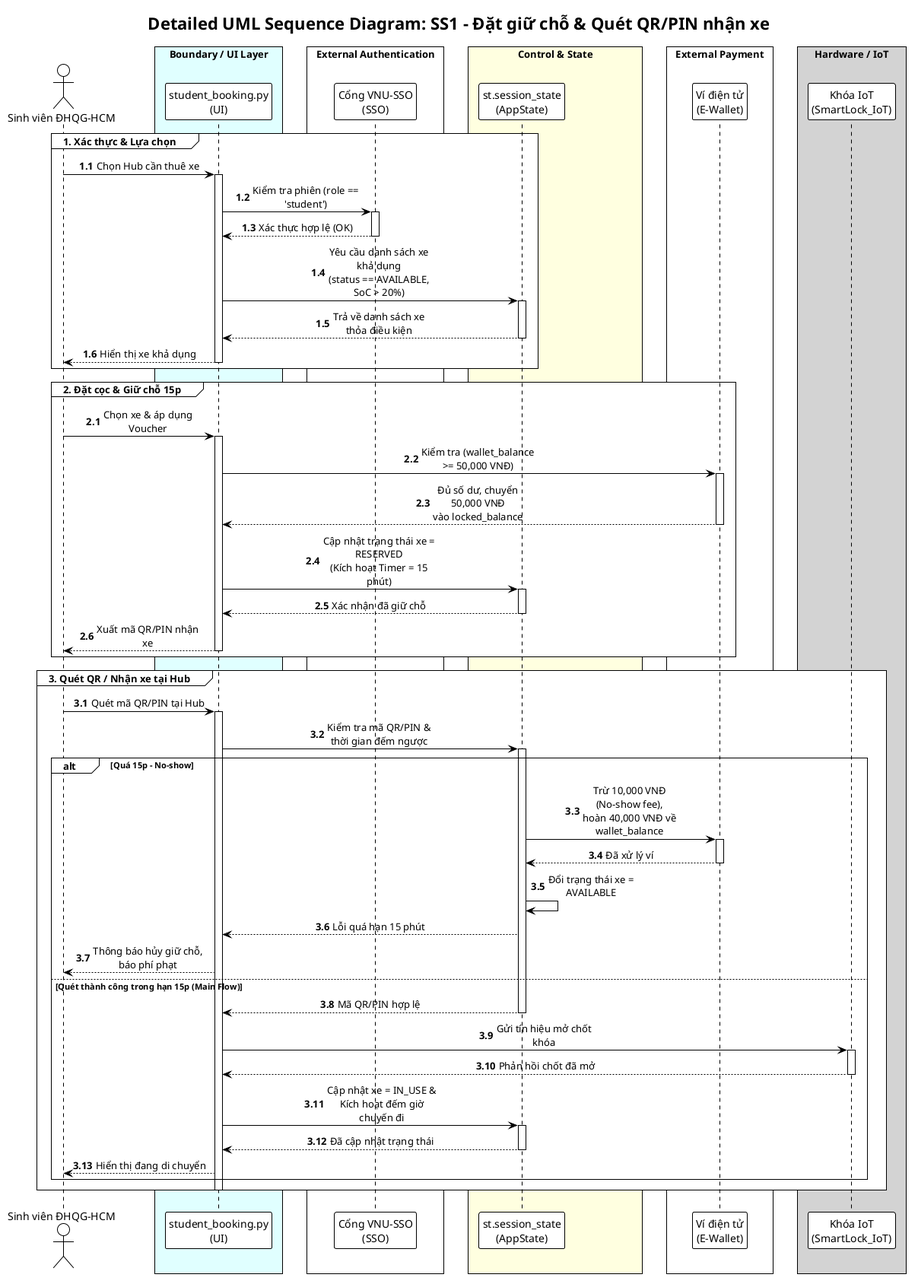
This is docs/diagrams/Use-case detail-scenario/SS1/Sequence diagrams/UC_SS1_01_NguyenThanhDat_sequence.png from Dat-nguyen195/BTL_1_CNPM, a PlantUML export, as it was before one commit. Source of this version:
```plantuml
@startuml UC_SS1_01_NguyenThanhDat_sequence
!pragma layout smetana
!theme plain
skinparam sequenceMessageAlign center
skinparam maxMessageSize 150
skinparam BoxPadding 10

title "Detailed UML Sequence Diagram: SS1 - Đặt giữ chỗ & Quét QR/PIN nhận xe"

actor "Sinh viên ĐHQG-HCM" as Student
box "Boundary / UI Layer" #LightCyan
participant "student_booking.py\n(UI)" as UI
end box
box "External Authentication" #White
participant "Cổng VNU-SSO\n(SSO)" as SSO
end box
box "Control & State" #LightYellow
participant "st.session_state\n(AppState)" as AppState
end box
box "External Payment" #White
participant "Ví điện tử\n(E-Wallet)" as EWallet
end box
box "Hardware / IoT" #LightGray
participant "Khóa IoT\n(SmartLock_IoT)" as SmartLock
end box

autonumber 1.1
group 1. Xác thực & Lựa chọn
    Student -> UI: Chọn Hub cần thuê xe
    activate UI

    UI -> SSO: Kiểm tra phiên (role == 'student')
    activate SSO
    SSO --> UI: Xác thực hợp lệ (OK)
    deactivate SSO

    UI -> AppState: Yêu cầu danh sách xe khả dụng\n(status == AVAILABLE, SoC > 20%)
    activate AppState
    AppState --> UI: Trả về danh sách xe thỏa điều kiện
    deactivate AppState

    UI --> Student: Hiển thị xe khả dụng
    deactivate UI
end

autonumber 2.1
group 2. Đặt cọc & Giữ chỗ 15p
    Student -> UI: Chọn xe & áp dụng Voucher
    activate UI

    UI -> EWallet: Kiểm tra (wallet_balance >= 50,000 VNĐ)
    activate EWallet
    EWallet --> UI: Đủ số dư, chuyển 50,000 VNĐ\nvào locked_balance
    deactivate EWallet

    UI -> AppState: Cập nhật trạng thái xe = RESERVED\n(Kích hoạt Timer = 15 phút)
    activate AppState
    AppState --> UI: Xác nhận đã giữ chỗ
    deactivate AppState

    UI --> Student: Xuất mã QR/PIN nhận xe
    deactivate UI
end

autonumber 3.1
group 3. Quét QR / Nhận xe tại Hub
    Student -> UI: Quét mã QR/PIN tại Hub
    activate UI

    UI -> AppState: Kiểm tra mã QR/PIN &\nthời gian đếm ngược
    activate AppState

    alt Quá 15p - No-show
        AppState -> EWallet: Trừ 10,000 VNĐ (No-show fee),\nhoàn 40,000 VNĐ về wallet_balance
        activate EWallet
        EWallet --> AppState: Đã xử lý ví
        deactivate EWallet

        AppState -> AppState: Đổi trạng thái xe = AVAILABLE
        AppState --> UI: Lỗi quá hạn 15 phút
        UI --> Student: Thông báo hủy giữ chỗ, báo phí phạt
    else Quét thành công trong hạn 15p (Main Flow)
        AppState --> UI: Mã QR/PIN hợp lệ
        deactivate AppState

        UI -> SmartLock: Gửi tín hiệu mở chốt khóa
        activate SmartLock
        SmartLock --> UI: Phản hồi chốt đã mở
        deactivate SmartLock

        UI -> AppState: Cập nhật xe = IN_USE &\nKích hoạt đếm giờ chuyến đi
        activate AppState
        AppState --> UI: Đã cập nhật trạng thái
        deactivate AppState

        UI --> Student: Hiển thị đang di chuyển
    end
    deactivate UI
end

@enduml
```
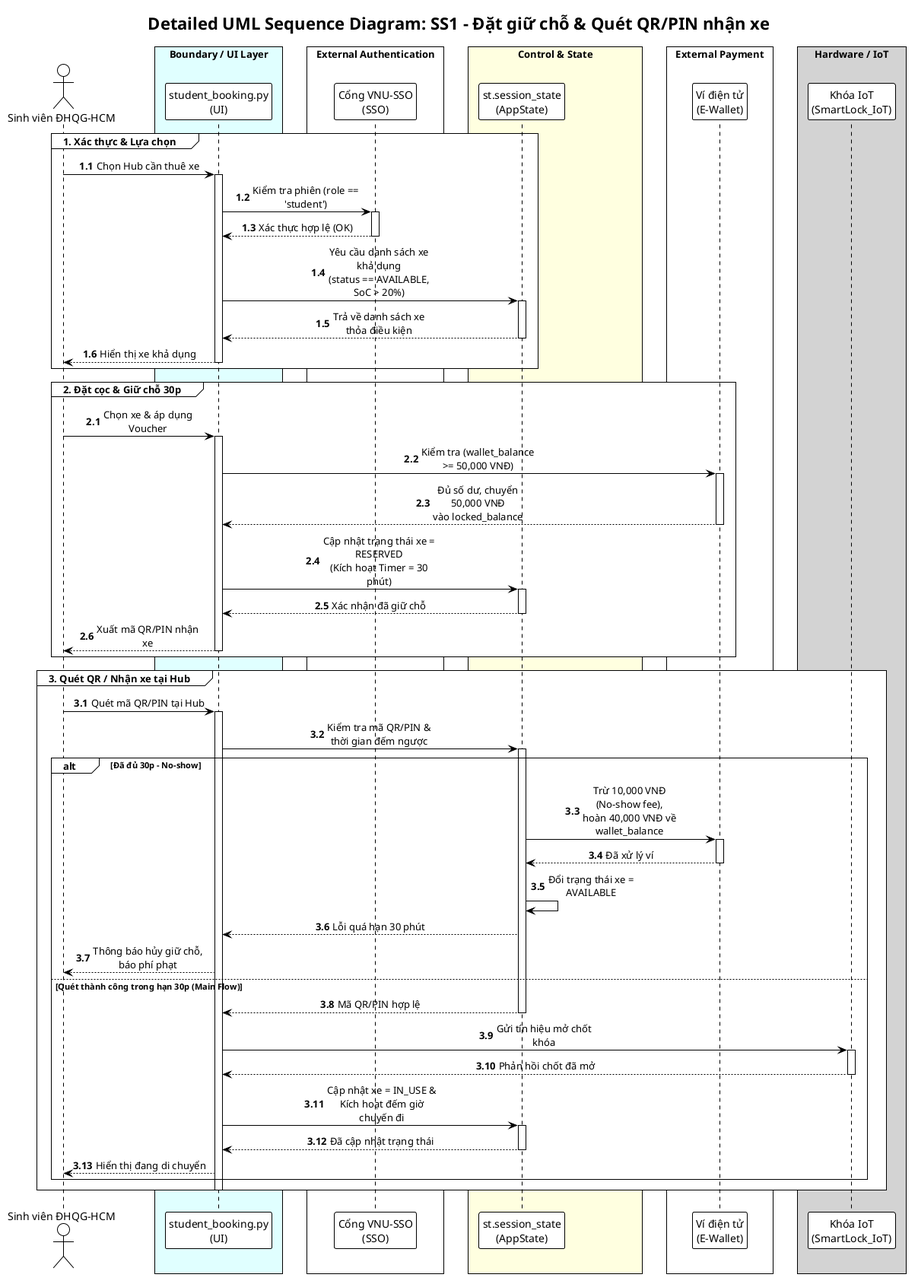
The same diagram one commit later.

Change to the diagram source:
```diff
@@ -44,7 +44,7 @@
 end
 
 autonumber 2.1
-group 2. Đặt cọc & Giữ chỗ 15p
+group 2. Đặt cọc & Giữ chỗ 30p
     Student -> UI: Chọn xe & áp dụng Voucher
     activate UI
 
@@ -53,7 +53,7 @@
     EWallet --> UI: Đủ số dư, chuyển 50,000 VNĐ\nvào locked_balance
     deactivate EWallet
 
-    UI -> AppState: Cập nhật trạng thái xe = RESERVED\n(Kích hoạt Timer = 15 phút)
+    UI -> AppState: Cập nhật trạng thái xe = RESERVED\n(Kích hoạt Timer = 30 phút)
     activate AppState
     AppState --> UI: Xác nhận đã giữ chỗ
     deactivate AppState
@@ -70,16 +70,16 @@
     UI -> AppState: Kiểm tra mã QR/PIN &\nthời gian đếm ngược
     activate AppState
 
-    alt Quá 15p - No-show
+    alt Đã đủ 30p - No-show
         AppState -> EWallet: Trừ 10,000 VNĐ (No-show fee),\nhoàn 40,000 VNĐ về wallet_balance
         activate EWallet
         EWallet --> AppState: Đã xử lý ví
         deactivate EWallet
 
         AppState -> AppState: Đổi trạng thái xe = AVAILABLE
-        AppState --> UI: Lỗi quá hạn 15 phút
+        AppState --> UI: Lỗi quá hạn 30 phút
         UI --> Student: Thông báo hủy giữ chỗ, báo phí phạt
-    else Quét thành công trong hạn 15p (Main Flow)
+    else Quét thành công trong hạn 30p (Main Flow)
         AppState --> UI: Mã QR/PIN hợp lệ
         deactivate AppState
 
```
